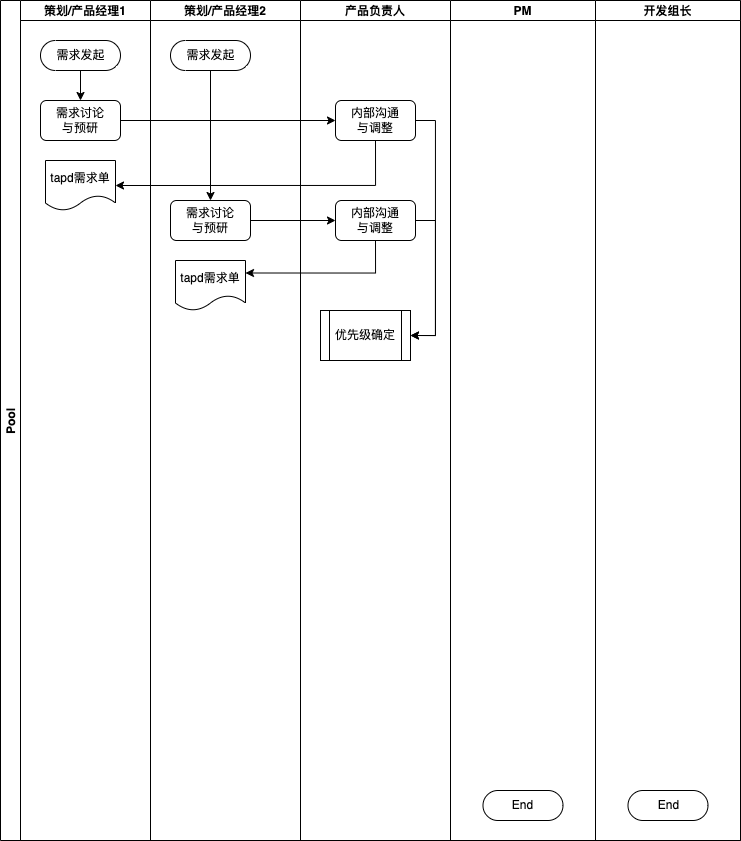
derek964/the-economist-ebooks keeps this draw.io diagram as Untitled Diagram.drawio.png. Above is the earlier version. Source tidied: cells renumbered, new cells last; positions are measured from the earlier drawing's top-left corner, leaving out a move shared by most shapes.
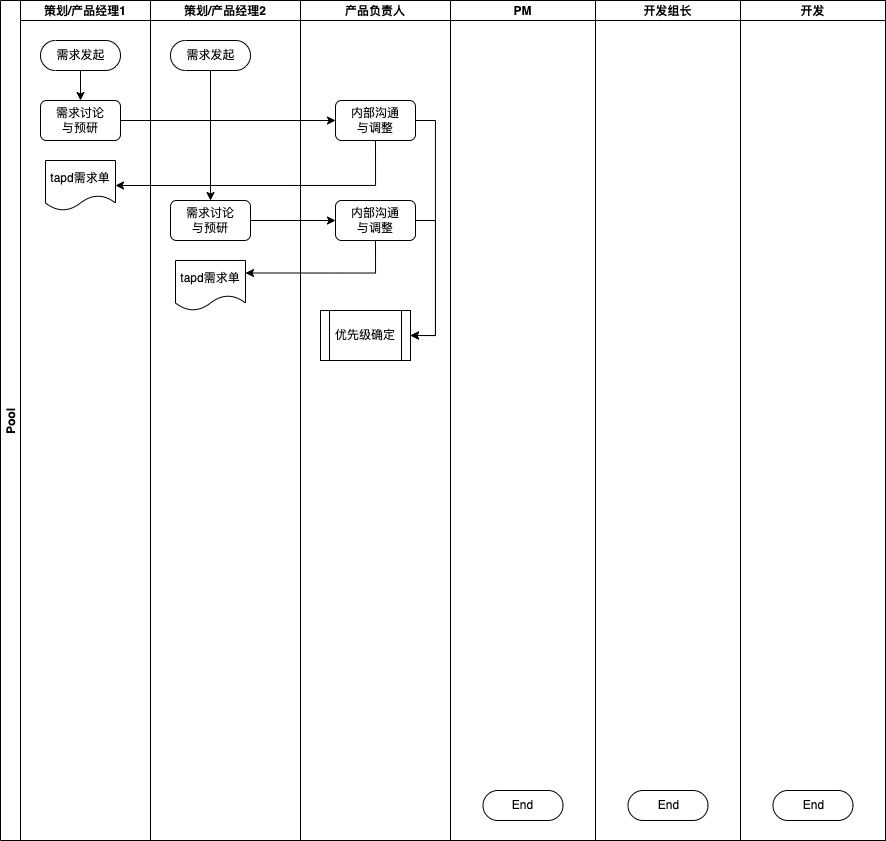
The same file after the commit.

What changed in the source:
```diff
@@ -3,7 +3,7 @@
     <mxCell id="0" />
     <mxCell id="1" parent="0" />
     <mxCell id="2" value="Pool" style="swimlane;startSize=20;horizontal=0;" parent="1" vertex="1">
-      <mxGeometry width="740" height="840" as="geometry" />
+      <mxGeometry width="885" height="840" as="geometry" />
     </mxCell>
     <mxCell id="3" value="策划/产品经理1" style="swimlane;startSize=20;" parent="2" vertex="1">
       <mxGeometry x="20" width="130" height="840" as="geometry" />
@@ -73,6 +73,12 @@
     <mxCell id="23" value="End" style="html=1;dashed=0;whitespace=wrap;shape=mxgraph.dfd.start;" parent="22" vertex="1">
       <mxGeometry x="32.5" y="790" width="80" height="30" as="geometry" />
     </mxCell>
+    <mxCell id="27" value="开发" style="swimlane;startSize=20;" parent="2" vertex="1">
+      <mxGeometry x="740" width="145" height="840" as="geometry" />
+    </mxCell>
+    <mxCell id="28" value="End" style="html=1;dashed=0;whitespace=wrap;shape=mxgraph.dfd.start;" parent="27" vertex="1">
+      <mxGeometry x="32.5" y="790" width="80" height="30" as="geometry" />
+    </mxCell>
     <mxCell id="24" style="edgeStyle=orthogonalEdgeStyle;rounded=0;jettySize=auto;html=1;entryX=0;entryY=0.5;entryDx=0;entryDy=0;exitX=1;exitY=0.5;exitDx=0;exitDy=0;" parent="2" edge="1" source="6" target="16">
       <mxGeometry relative="1" as="geometry" />
     </mxCell>
```
